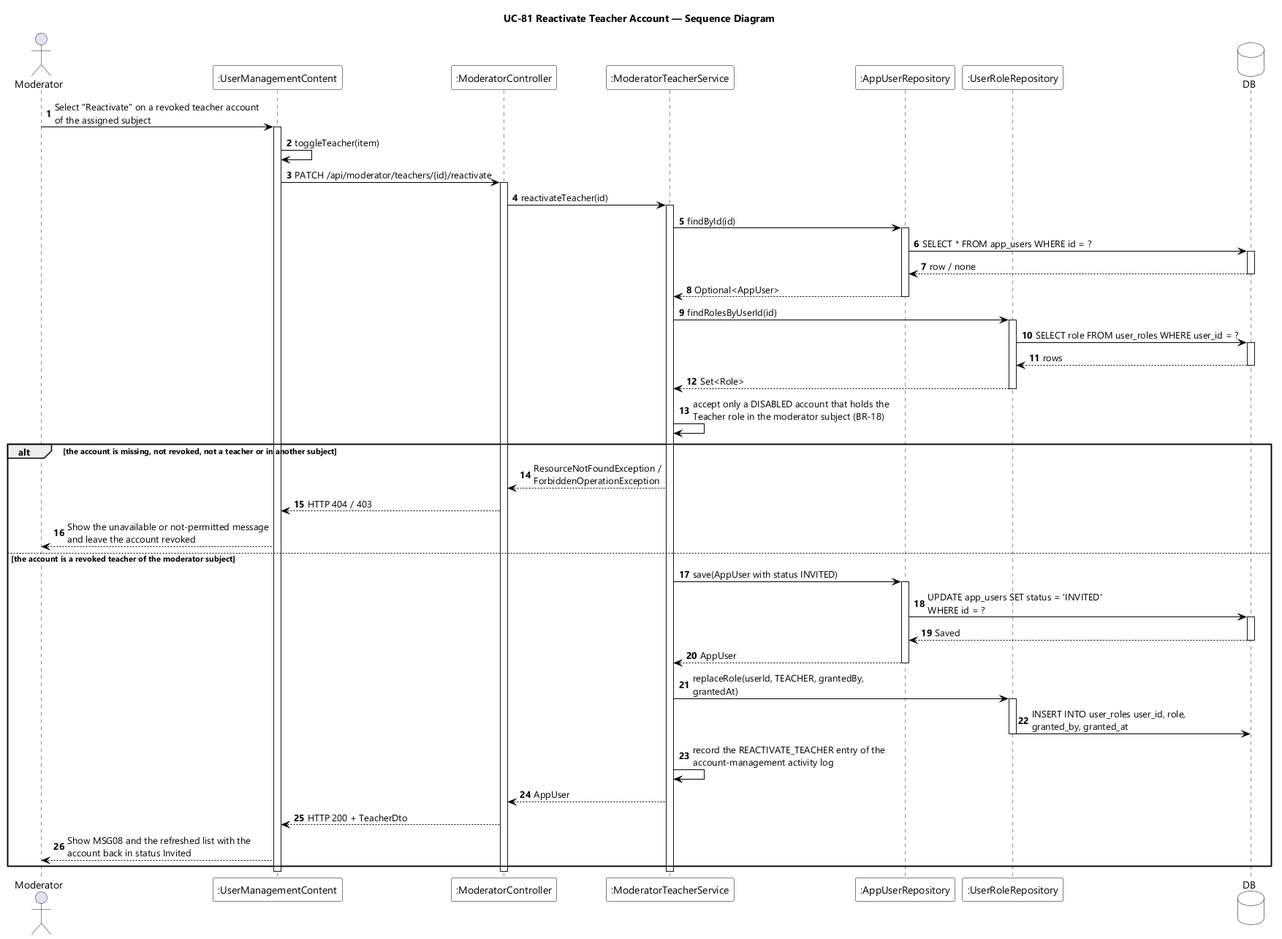
EduA-system/EduA-system keeps this PlantUML diagram as designs/sds-diagrams/uc81/uc81-sequence-diagram.png. Above is the earlier version. Source of this version:
```plantuml
@startuml UC-81 Reactivate Teacher Account - Sequence Diagram
skinparamlocked dpi 96
skinparam defaultFontName "Segoe UI"
skinparam shadowing false
skinparam ParticipantBackgroundColor #FFFFFF
skinparam ParticipantBorderColor #000000
skinparam DatabaseBackgroundColor #FFFFFF
skinparam DatabaseBorderColor #000000
skinparam ArrowColor #000000
skinparam sequenceMessageAlign left
skinparam maxMessageSize 280
title UC-81 Reactivate Teacher Account — Sequence Diagram

actor Moderator
participant ":UserManagementContent" as UI
participant ":ModeratorController" as CTL
participant ":ModeratorTeacherService" as SVC
participant ":AppUserRepository" as USERS
participant ":UserRoleRepository" as ROLES
database DB

autonumber
Moderator -> UI : Select "Reactivate" on a revoked teacher account of the assigned subject
activate UI
UI -> UI : toggleTeacher(item)
UI -> CTL : PATCH /api/moderator/teachers/{id}/reactivate
activate CTL
CTL -> SVC : reactivateTeacher(id)
activate SVC
SVC -> USERS : findById(id)
activate USERS
USERS -> DB : SELECT * FROM app_users WHERE id = ?
activate DB
DB --> USERS : row / none
deactivate DB
USERS --> SVC : Optional<AppUser>
deactivate USERS
SVC -> ROLES : findRolesByUserId(id)
activate ROLES
ROLES -> DB : SELECT role FROM user_roles WHERE user_id = ?
activate DB
DB --> ROLES : rows
deactivate DB
ROLES --> SVC : Set<Role>
deactivate ROLES
SVC -> SVC : accept only a DISABLED account that holds the Teacher role in the moderator subject (BR-18)

alt the account is missing, not revoked, not a teacher or in another subject
  SVC --> CTL : ResourceNotFoundException / ForbiddenOperationException
  CTL --> UI : HTTP 404 / 403
  UI --> Moderator : Show the unavailable or not-permitted message and leave the account revoked
else the account is a revoked teacher of the moderator subject
  SVC -> USERS : save(AppUser with status INVITED)
  activate USERS
  USERS -> DB : UPDATE app_users SET status = 'INVITED' WHERE id = ?
  activate DB
  DB --> USERS : Saved
  deactivate DB
  USERS --> SVC : AppUser
  deactivate USERS
  SVC -> ROLES : replaceRole(userId, TEACHER, grantedBy, grantedAt)
  activate ROLES
  ROLES -> DB : INSERT INTO user_roles user_id, role, granted_by, granted_at
  deactivate ROLES
  SVC -> SVC : record the REACTIVATE_TEACHER entry of the account-management activity log
  SVC --> CTL : AppUser
  CTL --> UI : HTTP 200 + TeacherDto
  UI --> Moderator : Show MSG08 and the refreshed list with the account back in status Invited
end
deactivate SVC
deactivate CTL
deactivate UI
@enduml
```
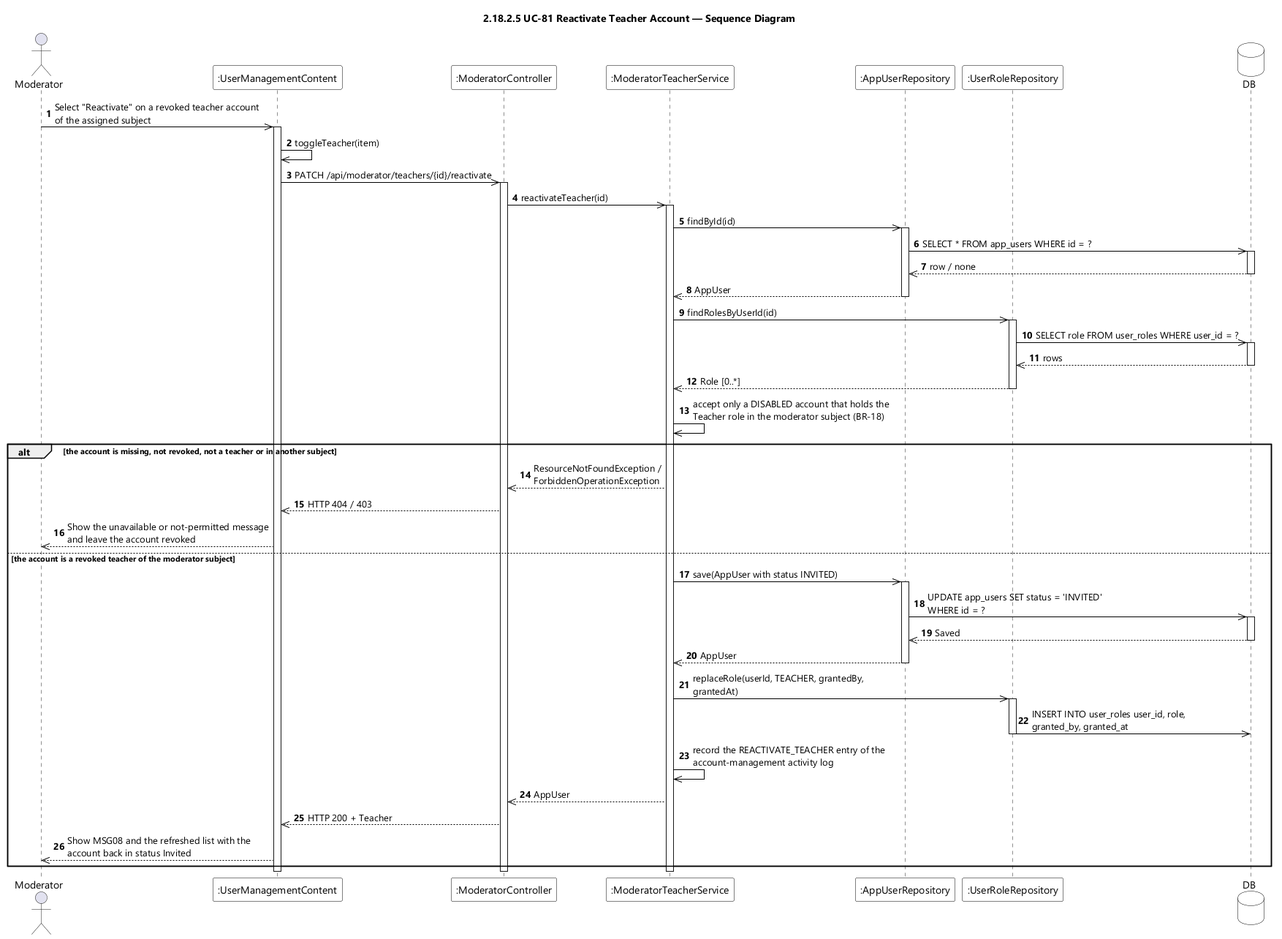
The same diagram one commit later.

What changed in the source:
```diff
@@ -9,7 +9,7 @@
 skinparam ArrowColor #000000
 skinparam sequenceMessageAlign left
 skinparam maxMessageSize 280
-title UC-81 Reactivate Teacher Account — Sequence Diagram
+title 2.18.2.5 UC-81 Reactivate Teacher Account — Sequence Diagram
 
 actor Moderator
 participant ":UserManagementContent" as UI
@@ -20,52 +20,52 @@
 database DB
 
 autonumber
-Moderator -> UI : Select "Reactivate" on a revoked teacher account of the assigned subject
+Moderator ->> UI : Select "Reactivate" on a revoked teacher account of the assigned subject
 activate UI
-UI -> UI : toggleTeacher(item)
-UI -> CTL : PATCH /api/moderator/teachers/{id}/reactivate
+UI ->> UI : toggleTeacher(item)
+UI ->> CTL : PATCH /api/moderator/teachers/{id}/reactivate
 activate CTL
-CTL -> SVC : reactivateTeacher(id)
+CTL ->> SVC : reactivateTeacher(id)
 activate SVC
-SVC -> USERS : findById(id)
+SVC ->> USERS : findById(id)
 activate USERS
-USERS -> DB : SELECT * FROM app_users WHERE id = ?
+USERS ->> DB : SELECT * FROM app_users WHERE id = ?
 activate DB
-DB --> USERS : row / none
+DB -->> USERS : row / none
 deactivate DB
-USERS --> SVC : Optional<AppUser>
+USERS -->> SVC : AppUser
 deactivate USERS
-SVC -> ROLES : findRolesByUserId(id)
+SVC ->> ROLES : findRolesByUserId(id)
 activate ROLES
-ROLES -> DB : SELECT role FROM user_roles WHERE user_id = ?
+ROLES ->> DB : SELECT role FROM user_roles WHERE user_id = ?
 activate DB
-DB --> ROLES : rows
+DB -->> ROLES : rows
 deactivate DB
-ROLES --> SVC : Set<Role>
+ROLES -->> SVC : Role [0..*]
 deactivate ROLES
-SVC -> SVC : accept only a DISABLED account that holds the Teacher role in the moderator subject (BR-18)
+SVC ->> SVC : accept only a DISABLED account that holds the Teacher role in the moderator subject (BR-18)
 
 alt the account is missing, not revoked, not a teacher or in another subject
-  SVC --> CTL : ResourceNotFoundException / ForbiddenOperationException
-  CTL --> UI : HTTP 404 / 403
-  UI --> Moderator : Show the unavailable or not-permitted message and leave the account revoked
+  SVC -->> CTL : ResourceNotFoundException / ForbiddenOperationException
+  CTL -->> UI : HTTP 404 / 403
+  UI -->> Moderator : Show the unavailable or not-permitted message and leave the account revoked
 else the account is a revoked teacher of the moderator subject
-  SVC -> USERS : save(AppUser with status INVITED)
+  SVC ->> USERS : save(AppUser with status INVITED)
   activate USERS
-  USERS -> DB : UPDATE app_users SET status = 'INVITED' WHERE id = ?
+  USERS ->> DB : UPDATE app_users SET status = 'INVITED' WHERE id = ?
   activate DB
-  DB --> USERS : Saved
+  DB -->> USERS : Saved
   deactivate DB
-  USERS --> SVC : AppUser
+  USERS -->> SVC : AppUser
   deactivate USERS
-  SVC -> ROLES : replaceRole(userId, TEACHER, grantedBy, grantedAt)
+  SVC ->> ROLES : replaceRole(userId, TEACHER, grantedBy, grantedAt)
   activate ROLES
-  ROLES -> DB : INSERT INTO user_roles user_id, role, granted_by, granted_at
+  ROLES ->> DB : INSERT INTO user_roles user_id, role, granted_by, granted_at
   deactivate ROLES
-  SVC -> SVC : record the REACTIVATE_TEACHER entry of the account-management activity log
-  SVC --> CTL : AppUser
-  CTL --> UI : HTTP 200 + TeacherDto
-  UI --> Moderator : Show MSG08 and the refreshed list with the account back in status Invited
+  SVC ->> SVC : record the REACTIVATE_TEACHER entry of the account-management activity log
+  SVC -->> CTL : AppUser
+  CTL -->> UI : HTTP 200 + Teacher
+  UI -->> Moderator : Show MSG08 and the refreshed list with the account back in status Invited
 end
 deactivate SVC
 deactivate CTL
```
